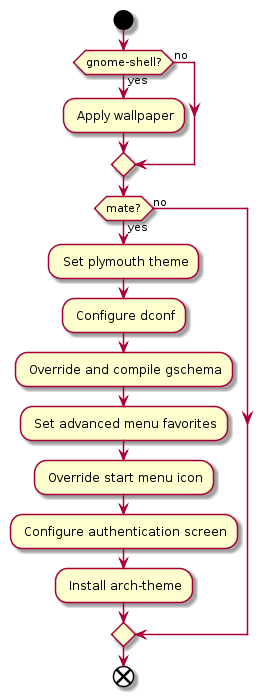
Before: docs/uml/desktop-config.png, a diagram exported from PlantUML (cslucr/ubuntu-ucr).
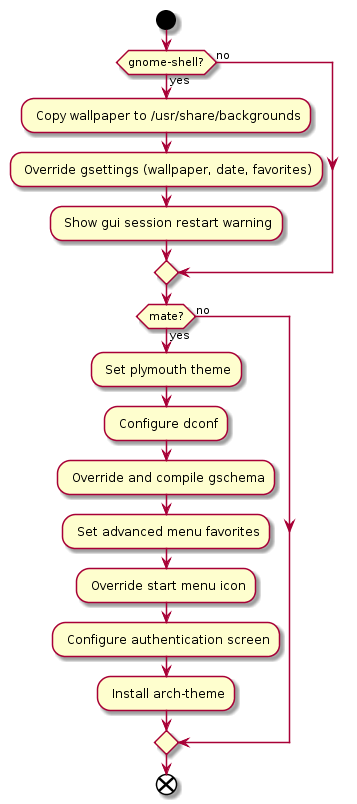
After the change.

Change to the diagram source:
```diff
@@ -1,7 +1,9 @@
 @startuml
 start
 if (gnome-shell?) then (yes)
-  : Apply wallpaper;
+  : Copy wallpaper to /usr/share/backgrounds;
+  : Override gsettings (wallpaper, date, favorites);
+  : Show gui session restart warning;
 else (no)
 endif
 
```
